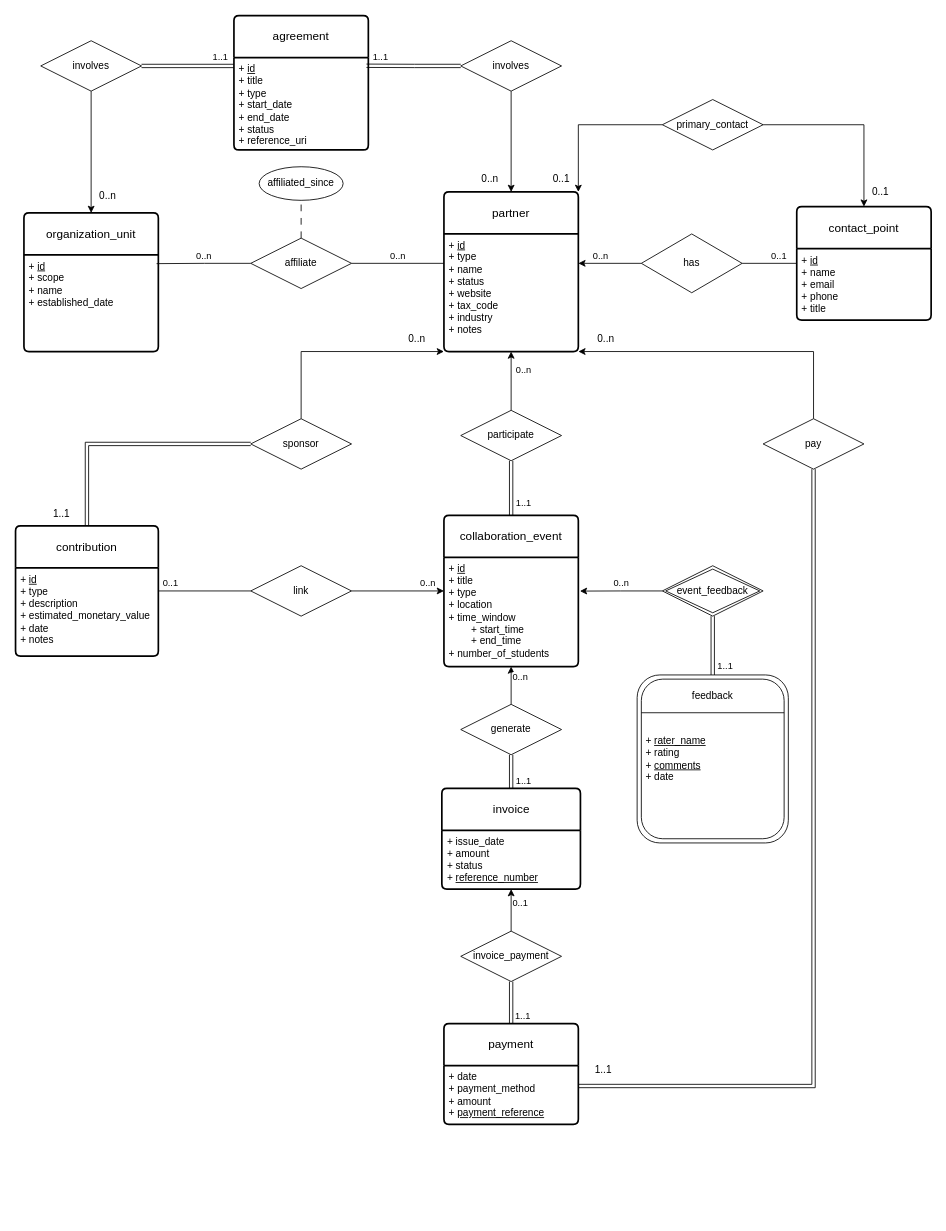
Above: ERD-final.drawio in nduc03/cs4420-project (draw.io), before the change. Source tidied: cells renumbered, new cells numbered last; positions are measured from the earlier drawing's top-left corner, leaving out a move shared by most shapes. Both pictures are drawn from the tidied source at 84%, with x=0, y=0 at pixel (15, 15).
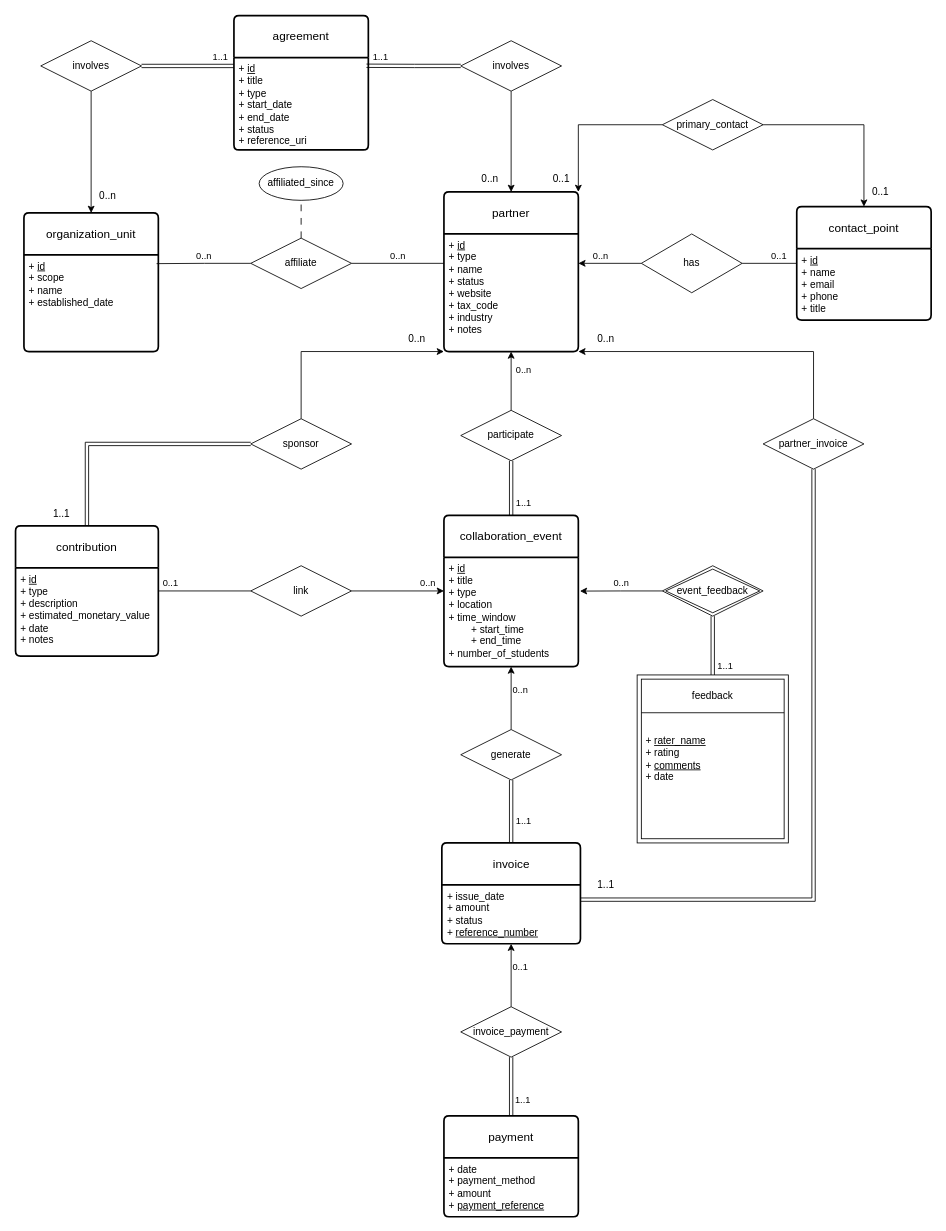
Above is the later version.

Unchanged cells that the change refers to:
```xml
<mxCell id="44" value="+ issue_date&lt;div&gt;+ amount&lt;/div&gt;&lt;div&gt;+ status&lt;/div&gt;&lt;div&gt;+ &lt;u&gt;reference_number&lt;/u&gt;&lt;/div&gt;" style="align=left;strokeColor=none;fillColor=none;spacingLeft=4;spacingRight=4;fontSize=12;verticalAlign=top;html=1;whiteSpace=wrap;" parent="43" vertex="1">
  <mxGeometry y="50" width="165" height="70" as="geometry" />
</mxCell>
<mxCell id="53" value="&lt;div&gt;+ date&lt;/div&gt;&lt;div&gt;+ payment_method&lt;/div&gt;&lt;div&gt;+ amount&lt;/div&gt;&lt;div&gt;+ &lt;u&gt;payment_reference&lt;/u&gt;&lt;/div&gt;" style="align=left;strokeColor=none;fillColor=none;spacingLeft=4;spacingRight=4;fontSize=12;verticalAlign=top;html=1;whiteSpace=wrap;" parent="52" vertex="1">
  <mxGeometry y="50" width="160" height="70" as="geometry" />
</mxCell>
```

Change to the diagram source:
```diff
@@
-    <mxCell id="28" style="edgeStyle=orthogonalEdgeStyle;rounded=0;jettySize=auto;html=1;entryX=1;entryY=0.348;entryDx=0;entryDy=0;endArrow=none;endFill=0;entryPerimeter=0;shape=link;" parent="1" edge="1" source="29" target="53">
-      <mxGeometry relative="1" as="geometry">
-        <Array as="points">
-          <mxPoint x="950" y="1274" />
-        </Array>
-      </mxGeometry>
-    </mxCell>
+    <mxCell id="67" style="edgeStyle=orthogonalEdgeStyle;rounded=0;jettySize=auto;html=1;entryX=1;entryY=0.25;entryDx=0;entryDy=0;shape=link;" parent="1" edge="1" source="29" target="44">
+      <mxGeometry relative="1" as="geometry">
+        <Array as="points">
+          <mxPoint x="950" y="1053" />
+        </Array>
+      </mxGeometry>
+    </mxCell>
-    <mxCell id="29" value="pay" style="shape=rhombus;perimeter=rhombusPerimeter;whiteSpace=wrap;html=1;align=center;" parent="1" vertex="1">
+    <mxCell id="29" value="partner_invoice" style="shape=rhombus;perimeter=rhombusPerimeter;whiteSpace=wrap;html=1;align=center;" parent="1" vertex="1">
       <mxGeometry x="890" y="480" width="120" height="60" as="geometry" />
     </mxCell>
@@
-    <mxCell id="38" value="&amp;nbsp;&lt;span style=&quot;background-color: transparent; color: light-dark(rgb(0, 0, 0), rgb(255, 255, 255));&quot;&gt;+ &lt;u&gt;rater_name&lt;/u&gt;&lt;/span&gt;&lt;div&gt;&amp;nbsp;+ rating&lt;/div&gt;&lt;div&gt;&amp;nbsp;+ &lt;u&gt;comments&lt;/u&gt;&lt;/div&gt;&lt;div&gt;&amp;nbsp;+ date&lt;/div&gt;" style="shape=ext;margin=3;double=1;whiteSpace=wrap;html=1;align=left;rounded=1;" parent="1" vertex="1">
+    <mxCell id="38" value="&amp;nbsp;&lt;span style=&quot;background-color: transparent; color: light-dark(rgb(0, 0, 0), rgb(255, 255, 255));&quot;&gt;+ &lt;u&gt;rater_name&lt;/u&gt;&lt;/span&gt;&lt;div&gt;&amp;nbsp;+ rating&lt;/div&gt;&lt;div&gt;&amp;nbsp;+ &lt;u&gt;comments&lt;/u&gt;&lt;/div&gt;&lt;div&gt;&amp;nbsp;+ date&lt;/div&gt;" style="shape=ext;margin=3;double=1;whiteSpace=wrap;html=1;align=left;rounded=0;" parent="1" vertex="1">
       <mxGeometry x="740" y="785" width="180" height="200" as="geometry" />
     </mxCell>
@@
     <mxCell id="43" value="invoice" style="swimlane;horizontal=1;startSize=50;rounded=1;fontSize=14;fontStyle=0;strokeWidth=2;shadow=0;dashed=0;align=center;arcSize=4;whiteSpace=wrap;html=1;" parent="1" vertex="1">
-      <mxGeometry x="507.5" y="920" width="165" height="120" as="geometry" />
+      <mxGeometry x="507.5" y="985" width="165" height="120" as="geometry" />
     </mxCell>
@@
     <mxCell id="47" value="generate" style="shape=rhombus;perimeter=rhombusPerimeter;whiteSpace=wrap;html=1;align=center;" parent="1" vertex="1">
-      <mxGeometry x="530" y="820" width="120" height="60" as="geometry" />
+      <mxGeometry x="530" y="850" width="120" height="60" as="geometry" />
     </mxCell>
@@
     <mxCell id="51" value="invoice_payment" style="shape=rhombus;perimeter=rhombusPerimeter;whiteSpace=wrap;html=1;align=center;" parent="1" vertex="1">
-      <mxGeometry x="530" y="1090" width="120" height="60" as="geometry" />
+      <mxGeometry x="530" y="1180" width="120" height="60" as="geometry" />
     </mxCell>
     <mxCell id="52" value="payment" style="swimlane;horizontal=1;startSize=50;rounded=1;fontSize=14;fontStyle=0;strokeWidth=2;shadow=0;dashed=0;align=center;arcSize=4;whiteSpace=wrap;html=1;" parent="1" vertex="1">
-      <mxGeometry x="510" y="1200" width="160" height="120" as="geometry" />
+      <mxGeometry x="510" y="1310" width="160" height="120" as="geometry" />
     </mxCell>
@@
     <mxCell id="59" value="1..1" style="text;html=1;whiteSpace=wrap;strokeColor=none;fillColor=none;align=center;verticalAlign=middle;rounded=0;" parent="1" vertex="1">
-      <mxGeometry x="670" y="1240" width="60" height="30" as="geometry" />
+      <mxGeometry x="672.5" y="1020" width="60" height="30" as="geometry" />
     </mxCell>
```
